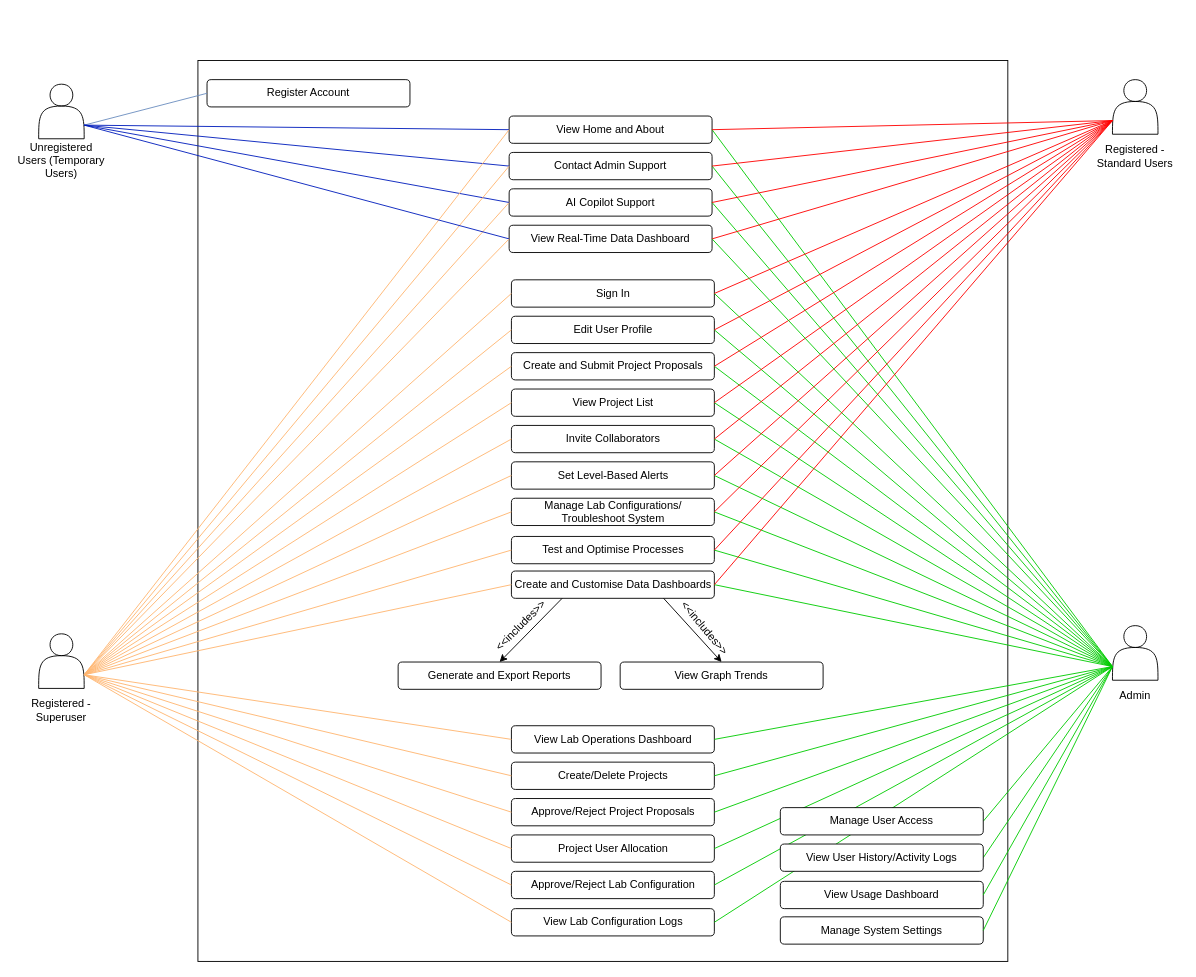
This is use_case_diagram_group6.drawio from UCLComputerScience/COMP0067_2025_Team6, a draw.io file, before an edit. Source tidied: cells renumbered, new cells numbered last; positions are measured from the earlier drawing's top-left corner, leaving out a move shared by most shapes. Both pictures are drawn from the tidied source at 91%, with x=0, y=0 at pixel (15, 15).
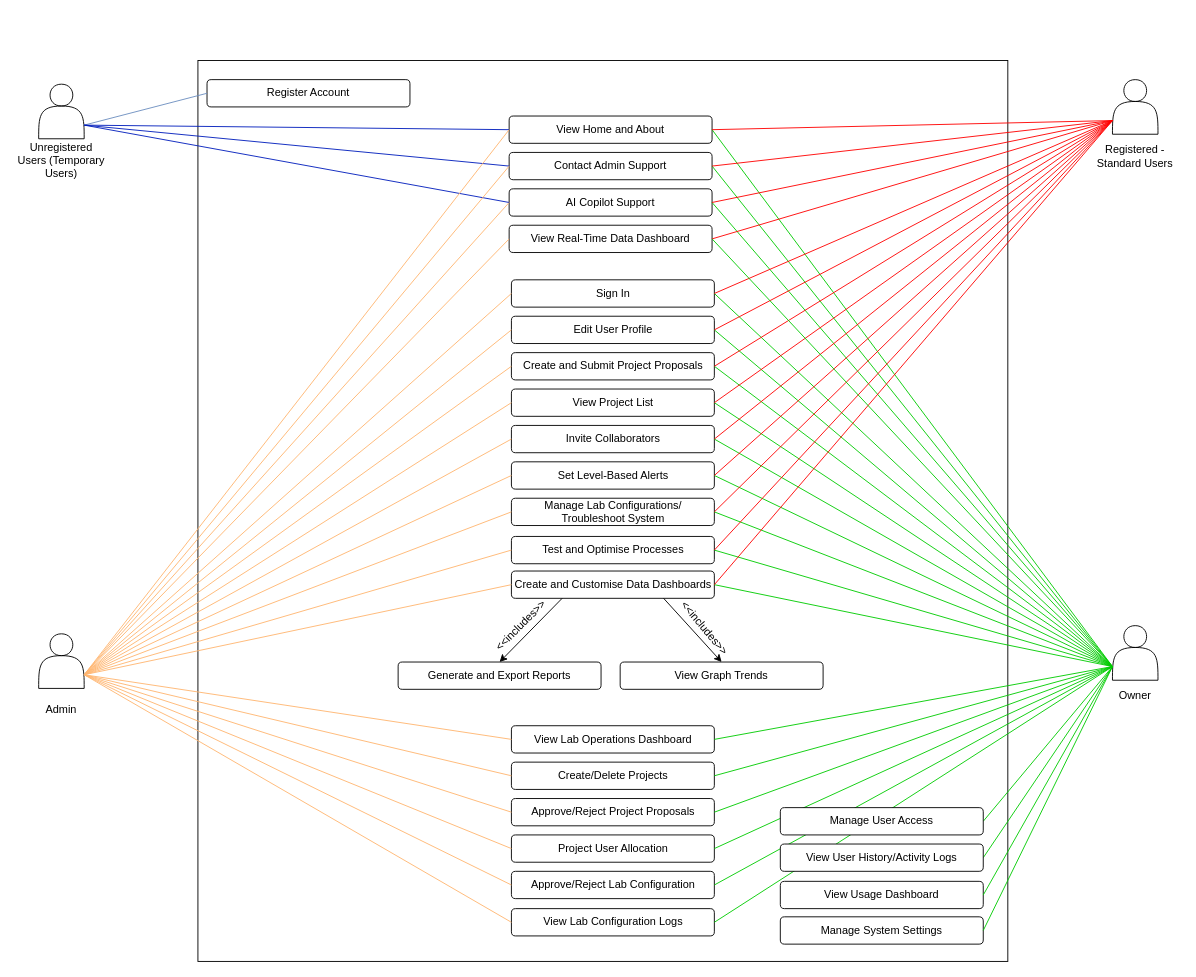
Above is the later version.

Unchanged cells that the change refers to:
```xml
<mxCell id="6" style="group;" parent="1" vertex="1">
  <mxGeometry x="1200" y="670" width="60" height="92" as="geometry" />
</mxCell>
<mxCell id="9" style="group;" parent="1" vertex="1">
  <mxGeometry x="20" y="679" width="60" height="110" as="geometry" />
</mxCell>
<mxCell id="16" style="shape=actor;whiteSpace=wrap;html=1;" parent="15" vertex="1">
  <mxGeometry x="5" y="75" width="50" height="60" as="geometry" />
</mxCell>
<mxCell id="93" value="View Real-Time Data Dashboard" style="rounded=1;whiteSpace=wrap;html=1;" parent="1" vertex="1">
  <mxGeometry x="542" y="230" width="223" height="30" as="geometry" />
</mxCell>
```

Diff of the diagram source:
```diff
@@
-    <mxCell id="8" value="Admin" style="text;html=1;align=center;verticalAlign=middle;whiteSpace=wrap;rounded=0;" parent="6" vertex="1">
+    <mxCell id="8" value="Owner" style="text;html=1;align=center;verticalAlign=middle;whiteSpace=wrap;rounded=0;" parent="6" vertex="1">
       <mxGeometry y="62" width="60" height="30" as="geometry" />
     </mxCell>
@@
-    <mxCell id="11" value="Registered - Superuser" style="text;html=1;align=center;verticalAlign=middle;whiteSpace=wrap;rounded=0;" parent="9" vertex="1">
+    <mxCell id="11" value="Admin" style="text;html=1;align=center;verticalAlign=middle;whiteSpace=wrap;rounded=0;" parent="9" vertex="1">
       <mxGeometry x="-20" y="60" width="100" height="48" as="geometry" />
     </mxCell>
@@
-    <mxCell id="94" style="endArrow=none;html=1;rounded=0;entryX=0;entryY=0.5;entryDx=0;entryDy=0;fillColor=#0050ef;strokeColor=#001DBC;exitX=1;exitY=0.75;exitDx=0;exitDy=0;" parent="1" edge="1" source="16" target="93">
-      <mxGeometry relative="1" as="geometry" />
-    </mxCell>
```
